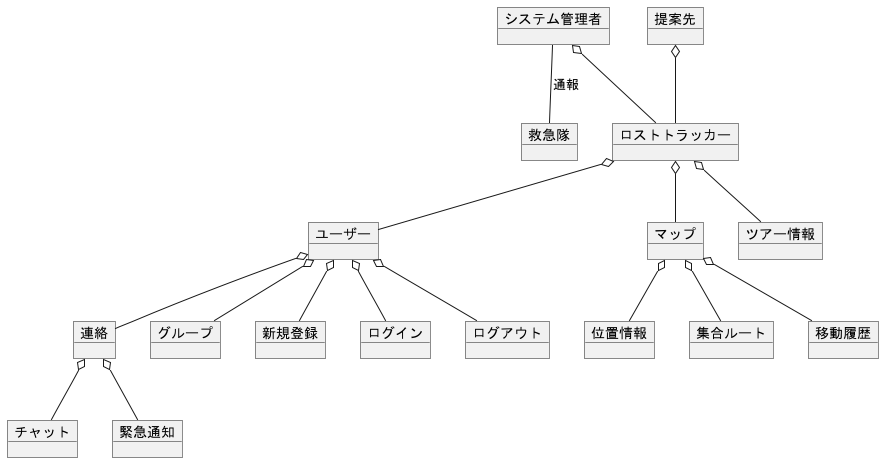
Before: out/F_dmainModel/ドメインモデル３.png, a diagram exported from PlantUML (ksw2270227/GroupF).
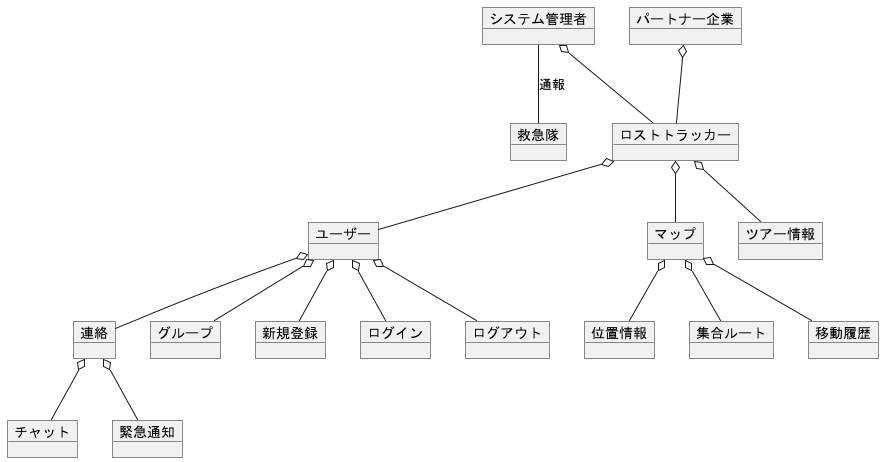
Above is the later version.

Diff of the diagram source:
```diff
@@ -4,7 +4,7 @@
 object ロストトラッカー
 object システム管理者
 object ユーザー
-object 提案先
+object パートナー企業
 
 object 位置情報
 object マップ
@@ -23,7 +23,7 @@
 
 
 システム管理者 -- 救急隊 : 通報
-提案先 o-- ロストトラッカー
+パートナー企業 o-- ロストトラッカー
 システム管理者 o-- ロストトラッカー
 ロストトラッカー o-- ユーザー
 
```
